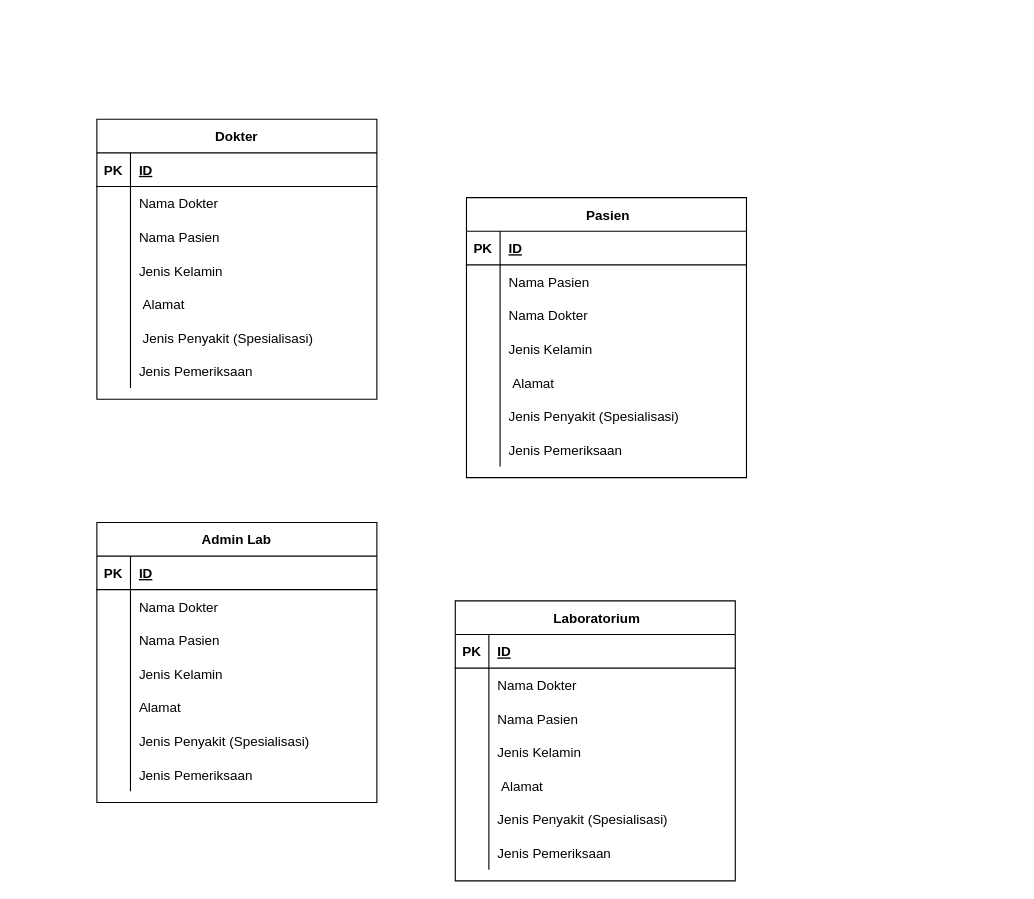
Above: pertemuan3/Untitled Diagram.drawio in Nurrohman10/IF214002 (draw.io), before the change. Source tidied: cells renumbered, new cells numbered last; positions are measured from the earlier drawing's top-left corner, leaving out a move shared by most shapes. Both pictures are drawn from the tidied source at 112%, with x=0, y=0 at pixel (96, 119).
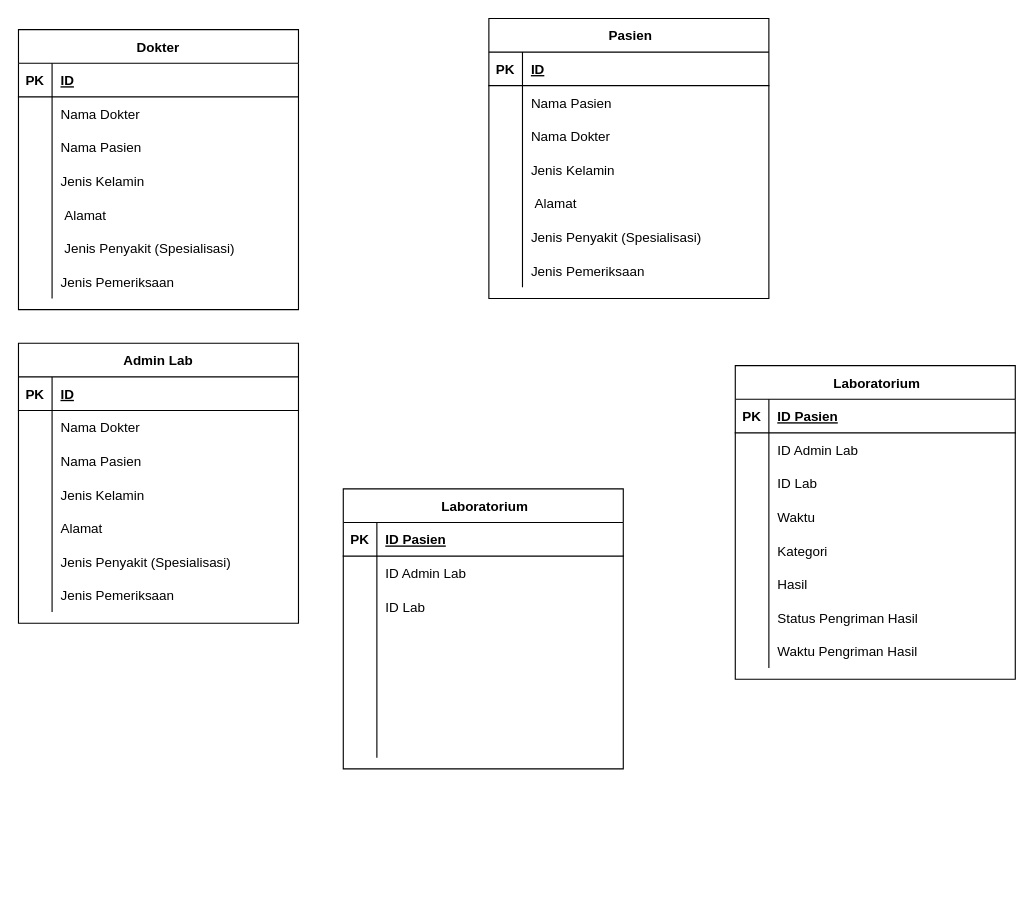
The same page after the edit.

The change refers to these unchanged cells:
```xml
<mxCell id="25" style="shape=partialRectangle;fillColor=none;top=0;left=0;right=0;bottom=1;" parent="24" vertex="1">
  <mxGeometry y="30" width="250" height="30" as="geometry" />
</mxCell>
<mxCell id="28" style="shape=partialRectangle;fillColor=none;top=0;left=0;right=0;bottom=0;" parent="24" vertex="1">
  <mxGeometry y="60" width="250" height="30" as="geometry" />
</mxCell>
<mxCell id="31" style="shape=partialRectangle;fillColor=none;top=0;left=0;right=0;bottom=0;" parent="24" vertex="1">
  <mxGeometry y="90" width="250" height="30" as="geometry" />
</mxCell>
<mxCell id="34" style="shape=partialRectangle;fillColor=none;top=0;left=0;right=0;bottom=0;" parent="24" vertex="1">
  <mxGeometry y="120" width="250" height="30" as="geometry" />
</mxCell>
<mxCell id="37" style="shape=partialRectangle;fillColor=none;top=0;left=0;right=0;bottom=0;" parent="24" vertex="1">
  <mxGeometry y="150" width="250" height="30" as="geometry" />
</mxCell>
<mxCell id="40" style="shape=partialRectangle;fillColor=none;top=0;left=0;right=0;bottom=0;" parent="24" vertex="1">
  <mxGeometry y="180" width="250" height="30" as="geometry" />
</mxCell>
<mxCell id="43" style="shape=partialRectangle;fillColor=none;top=0;left=0;right=0;bottom=0;" parent="24" vertex="1">
  <mxGeometry y="210" width="250" height="30" as="geometry" />
</mxCell>
```

What changed in the source:
```diff
@@
     <mxCell id="2" value=" Pasien" style="shape=table;startSize=30;childLayout=tableLayout;rowLines=0;fontStyle=1;align=center;" parent="1" vertex="1">
-      <mxGeometry x="330" y="70" width="250" height="250" as="geometry" />
+      <mxGeometry x="350" y="-90" width="250" height="250" as="geometry" />
     </mxCell>
@@
     <mxCell id="24" value=" Laboratorium" style="shape=table;startSize=30;childLayout=tableLayout;rowLines=0;fontStyle=1;align=center;" parent="1" vertex="1">
-      <mxGeometry x="320" y="430" width="250" height="250" as="geometry" />
+      <mxGeometry x="220" y="330" width="250" height="250" as="geometry" />
     </mxCell>
@@
-    <mxCell id="27" value="ID" style="shape=partialRectangle;overflow=hidden;fillColor=none;top=0;left=0;bottom=0;right=0;align=left;spacingLeft=6;fontStyle=5;" parent="25" vertex="1">
+    <mxCell id="27" value="ID Pasien" style="shape=partialRectangle;overflow=hidden;fillColor=none;top=0;left=0;bottom=0;right=0;align=left;spacingLeft=6;fontStyle=5;" parent="25" vertex="1">
       <mxGeometry x="30" width="220" height="30" as="geometry" />
     </mxCell>
@@
-    <mxCell id="30" value="Nama Dokter" style="shape=partialRectangle;overflow=hidden;fillColor=none;top=0;left=0;bottom=0;right=0;align=left;spacingLeft=6;" parent="28" vertex="1">
+    <mxCell id="30" value="ID Admin Lab" style="shape=partialRectangle;overflow=hidden;fillColor=none;top=0;left=0;bottom=0;right=0;align=left;spacingLeft=6;" parent="28" vertex="1">
       <mxGeometry x="30" width="220" height="30" as="geometry" />
     </mxCell>
@@
-    <mxCell id="33" value="Nama Pasien" style="shape=partialRectangle;overflow=hidden;fillColor=none;top=0;left=0;bottom=0;right=0;align=left;spacingLeft=6;" parent="31" vertex="1">
+    <mxCell id="33" value="ID Lab" style="shape=partialRectangle;overflow=hidden;fillColor=none;top=0;left=0;bottom=0;right=0;align=left;spacingLeft=6;" parent="31" vertex="1">
       <mxGeometry x="30" width="220" height="30" as="geometry" />
     </mxCell>
@@
-    <mxCell id="36" value="Jenis Kelamin" style="shape=partialRectangle;overflow=hidden;fillColor=none;top=0;left=0;bottom=0;right=0;align=left;spacingLeft=6;" parent="34" vertex="1">
+    <mxCell id="36" style="shape=partialRectangle;overflow=hidden;fillColor=none;top=0;left=0;bottom=0;right=0;align=left;spacingLeft=6;" parent="34" vertex="1">
       <mxGeometry x="30" width="220" height="30" as="geometry" />
     </mxCell>
@@
-    <mxCell id="39" value=" Alamat" style="shape=partialRectangle;overflow=hidden;fillColor=none;top=0;left=0;bottom=0;right=0;align=left;spacingLeft=6;" parent="37" vertex="1">
+    <mxCell id="39" style="shape=partialRectangle;overflow=hidden;fillColor=none;top=0;left=0;bottom=0;right=0;align=left;spacingLeft=6;" parent="37" vertex="1">
       <mxGeometry x="30" width="220" height="30" as="geometry" />
     </mxCell>
@@
-    <mxCell id="42" value="Jenis Penyakit (Spesialisasi)" style="shape=partialRectangle;overflow=hidden;fillColor=none;top=0;left=0;bottom=0;right=0;align=left;spacingLeft=6;" parent="40" vertex="1">
+    <mxCell id="42" style="shape=partialRectangle;overflow=hidden;fillColor=none;top=0;left=0;bottom=0;right=0;align=left;spacingLeft=6;" parent="40" vertex="1">
       <mxGeometry x="30" width="220" height="30" as="geometry" />
     </mxCell>
@@
-    <mxCell id="45" value="Jenis Pemeriksaan" style="shape=partialRectangle;overflow=hidden;fillColor=none;top=0;left=0;bottom=0;right=0;align=left;spacingLeft=6;" parent="43" vertex="1">
+    <mxCell id="45" style="shape=partialRectangle;overflow=hidden;fillColor=none;top=0;left=0;bottom=0;right=0;align=left;spacingLeft=6;" parent="43" vertex="1">
       <mxGeometry x="30" width="220" height="30" as="geometry" />
     </mxCell>
     <mxCell id="46" value="Dokter" style="shape=table;startSize=30;childLayout=tableLayout;rowLines=0;fontStyle=1;align=center;" parent="1" vertex="1">
-      <mxGeometry width="250" height="250" as="geometry" />
+      <mxGeometry x="-70" y="-80" width="250" height="250" as="geometry" />
     </mxCell>
@@
     <mxCell id="68" value="Admin Lab" style="shape=table;startSize=30;childLayout=tableLayout;rowLines=0;fontStyle=1;align=center;" parent="1" vertex="1">
-      <mxGeometry y="360" width="250" height="250" as="geometry" />
+      <mxGeometry x="-70" y="200" width="250" height="250" as="geometry" />
     </mxCell>
@@
+    <mxCell id="90" value=" Laboratorium" style="shape=table;startSize=30;childLayout=tableLayout;rowLines=0;fontStyle=1;align=center;" parent="1" vertex="1">
+      <mxGeometry x="570" y="220" width="250" height="280" as="geometry" />
+    </mxCell>
+    <mxCell id="91" style="shape=partialRectangle;fillColor=none;top=0;left=0;right=0;bottom=1;" parent="90" vertex="1">
+      <mxGeometry y="30" width="250" height="30" as="geometry" />
+    </mxCell>
+    <mxCell id="92" value="PK" style="shape=partialRectangle;overflow=hidden;fillColor=none;top=0;left=0;bottom=0;right=0;fontStyle=1;" parent="91" vertex="1">
+      <mxGeometry width="30" height="30" as="geometry" />
+    </mxCell>
+    <mxCell id="93" value="ID Pasien" style="shape=partialRectangle;overflow=hidden;fillColor=none;top=0;left=0;bottom=0;right=0;align=left;spacingLeft=6;fontStyle=5;" parent="91" vertex="1">
+      <mxGeometry x="30" width="220" height="30" as="geometry" />
+    </mxCell>
+    <mxCell id="94" style="shape=partialRectangle;fillColor=none;top=0;left=0;right=0;bottom=0;" parent="90" vertex="1">
+      <mxGeometry y="60" width="250" height="30" as="geometry" />
+    </mxCell>
+    <mxCell id="95" style="shape=partialRectangle;overflow=hidden;fillColor=none;top=0;left=0;bottom=0;right=0;" parent="94" vertex="1">
+      <mxGeometry width="30" height="30" as="geometry" />
+    </mxCell>
+    <mxCell id="96" value="ID Admin Lab" style="shape=partialRectangle;overflow=hidden;fillColor=none;top=0;left=0;bottom=0;right=0;align=left;spacingLeft=6;" parent="94" vertex="1">
+      <mxGeometry x="30" width="220" height="30" as="geometry" />
+    </mxCell>
+    <mxCell id="97" style="shape=partialRectangle;fillColor=none;top=0;left=0;right=0;bottom=0;" parent="90" vertex="1">
+      <mxGeometry y="90" width="250" height="30" as="geometry" />
+    </mxCell>
+    <mxCell id="98" style="shape=partialRectangle;overflow=hidden;fillColor=none;top=0;left=0;bottom=0;right=0;" parent="97" vertex="1">
+      <mxGeometry width="30" height="30" as="geometry" />
+    </mxCell>
+    <mxCell id="99" value="ID Lab" style="shape=partialRectangle;overflow=hidden;fillColor=none;top=0;left=0;bottom=0;right=0;align=left;spacingLeft=6;" parent="97" vertex="1">
+      <mxGeometry x="30" width="220" height="30" as="geometry" />
+    </mxCell>
+    <mxCell id="100" style="shape=partialRectangle;fillColor=none;top=0;left=0;right=0;bottom=0;" parent="90" vertex="1">
+      <mxGeometry y="120" width="250" height="30" as="geometry" />
+    </mxCell>
+    <mxCell id="101" style="shape=partialRectangle;overflow=hidden;fillColor=none;top=0;left=0;bottom=0;right=0;" parent="100" vertex="1">
+      <mxGeometry width="30" height="30" as="geometry" />
+    </mxCell>
+    <mxCell id="102" value="Waktu" style="shape=partialRectangle;overflow=hidden;fillColor=none;top=0;left=0;bottom=0;right=0;align=left;spacingLeft=6;" parent="100" vertex="1">
+      <mxGeometry x="30" width="220" height="30" as="geometry" />
+    </mxCell>
+    <mxCell id="103" style="shape=partialRectangle;fillColor=none;top=0;left=0;right=0;bottom=0;" parent="90" vertex="1">
+      <mxGeometry y="150" width="250" height="30" as="geometry" />
+    </mxCell>
+    <mxCell id="104" style="shape=partialRectangle;overflow=hidden;fillColor=none;top=0;left=0;bottom=0;right=0;" parent="103" vertex="1">
+      <mxGeometry width="30" height="30" as="geometry" />
+    </mxCell>
+    <mxCell id="105" value="Kategori" style="shape=partialRectangle;overflow=hidden;fillColor=none;top=0;left=0;bottom=0;right=0;align=left;spacingLeft=6;" parent="103" vertex="1">
+      <mxGeometry x="30" width="220" height="30" as="geometry" />
+    </mxCell>
+    <mxCell id="106" style="shape=partialRectangle;fillColor=none;top=0;left=0;right=0;bottom=0;" parent="90" vertex="1">
+      <mxGeometry y="180" width="250" height="30" as="geometry" />
+    </mxCell>
+    <mxCell id="107" style="shape=partialRectangle;overflow=hidden;fillColor=none;top=0;left=0;bottom=0;right=0;" parent="106" vertex="1">
+      <mxGeometry width="30" height="30" as="geometry" />
+    </mxCell>
+    <mxCell id="108" value="Hasil" style="shape=partialRectangle;overflow=hidden;fillColor=none;top=0;left=0;bottom=0;right=0;align=left;spacingLeft=6;" parent="106" vertex="1">
+      <mxGeometry x="30" width="220" height="30" as="geometry" />
+    </mxCell>
+    <mxCell id="109" style="shape=partialRectangle;fillColor=none;top=0;left=0;right=0;bottom=0;" parent="90" vertex="1">
+      <mxGeometry y="210" width="250" height="30" as="geometry" />
+    </mxCell>
+    <mxCell id="110" style="shape=partialRectangle;overflow=hidden;fillColor=none;top=0;left=0;bottom=0;right=0;" parent="109" vertex="1">
+      <mxGeometry width="30" height="30" as="geometry" />
+    </mxCell>
+    <mxCell id="111" value="Status Pengriman Hasil" style="shape=partialRectangle;overflow=hidden;fillColor=none;top=0;left=0;bottom=0;right=0;align=left;spacingLeft=6;" parent="109" vertex="1">
+      <mxGeometry x="30" width="220" height="30" as="geometry" />
+    </mxCell>
+    <mxCell id="112" style="shape=partialRectangle;fillColor=none;top=0;left=0;right=0;bottom=0;" parent="90" vertex="1">
+      <mxGeometry y="240" width="250" height="30" as="geometry" />
+    </mxCell>
+    <mxCell id="113" style="shape=partialRectangle;overflow=hidden;fillColor=none;top=0;left=0;bottom=0;right=0;" parent="112" vertex="1">
+      <mxGeometry width="30" height="30" as="geometry" />
+    </mxCell>
+    <mxCell id="114" value="Waktu Pengriman Hasil" style="shape=partialRectangle;overflow=hidden;fillColor=none;top=0;left=0;bottom=0;right=0;align=left;spacingLeft=6;" parent="112" vertex="1">
+      <mxGeometry x="30" width="220" height="30" as="geometry" />
+    </mxCell>
```
